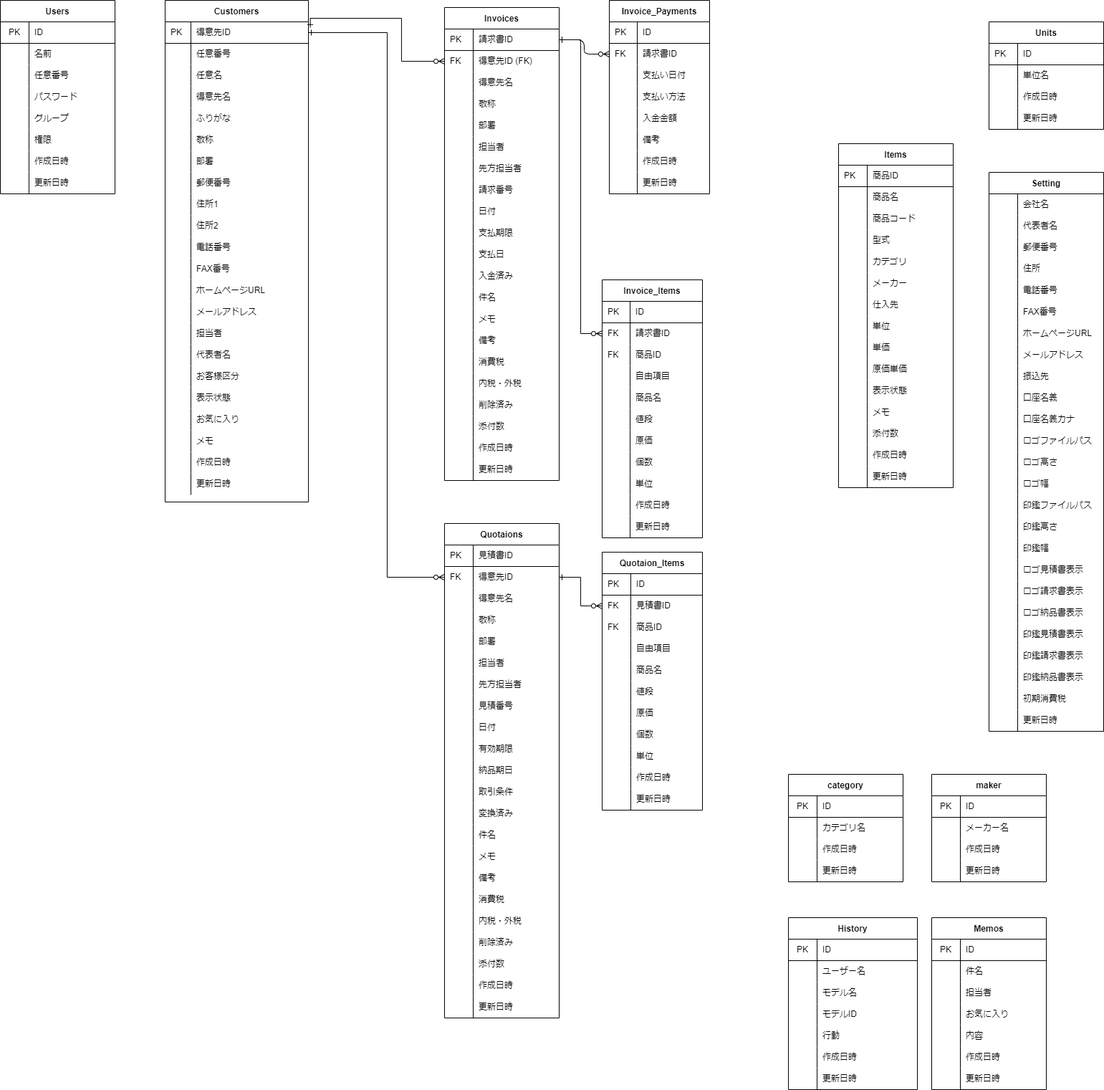
Above: soho_er.png in gamasenninn/caddie-clone (draw.io), before the change. Source tidied: cells renumbered, new cells last; positions are measured from the earlier drawing's top-left corner, leaving out a move shared by most shapes.
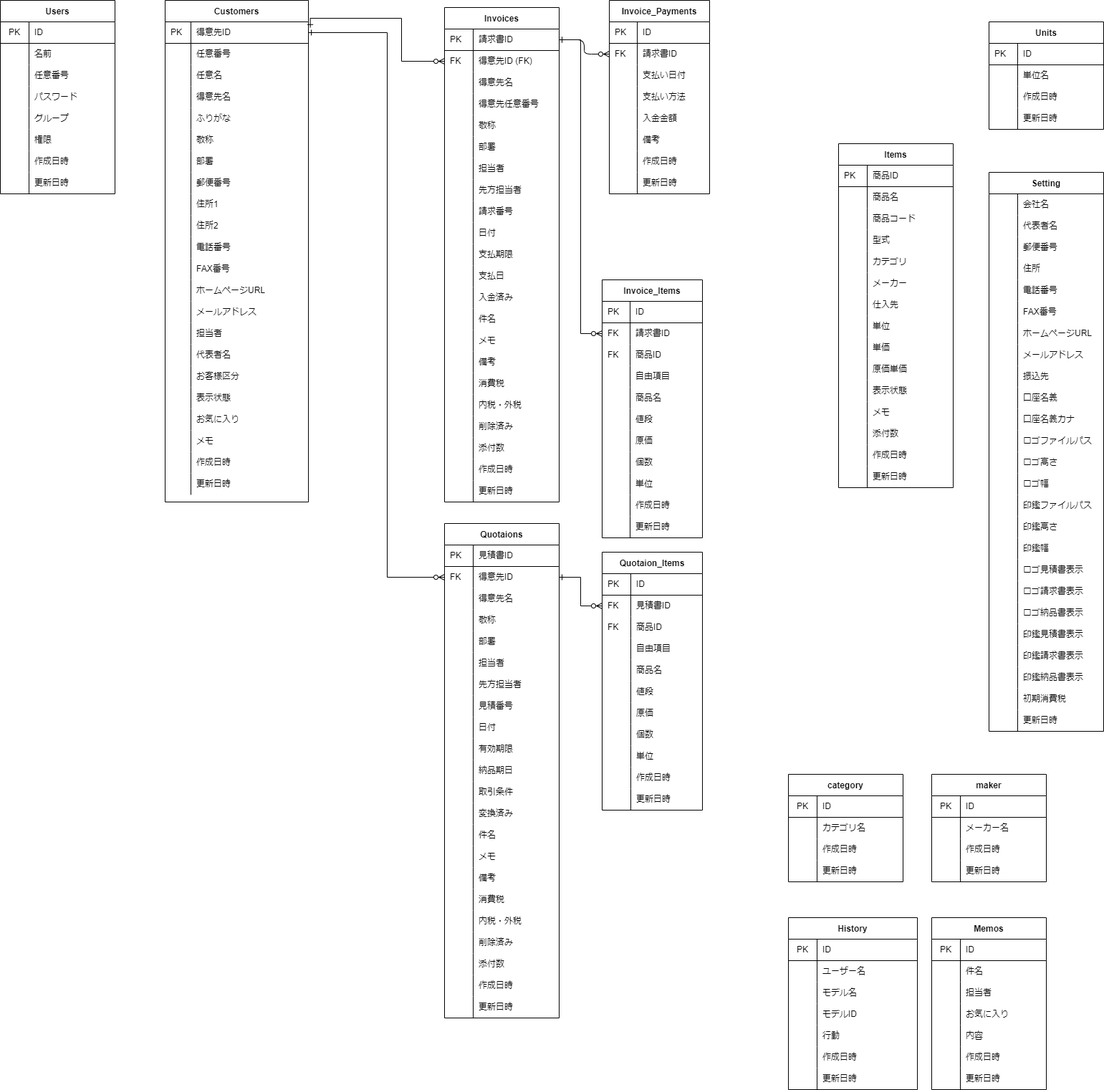
The same diagram one commit later.

What changed in the source:
```diff
@@ -342,7 +342,7 @@
       <mxGeometry x="40" width="120" height="30" as="geometry" />
     </mxCell>
     <mxCell id="115" value="Invoices" style="shape=table;startSize=30;rowLines=0;fontStyle=1;align=center;" parent="1" vertex="1">
-      <mxGeometry x="620" y="10" width="160" height="660" as="geometry" />
+      <mxGeometry x="620" y="10" width="160" height="690" as="geometry" />
     </mxCell>
     <mxCell id="116" style="shape=partialRectangle;html=1;whiteSpace=wrap;fillColor=none;top=0;left=0;bottom=1;right=0;points=[[0,0.5],[1,0.5]];portConstraint=eastwest;" parent="115" vertex="1">
       <mxGeometry y="30" width="160" height="30" as="geometry" />
@@ -371,8 +371,17 @@
     <mxCell id="124" value="得意先名" style="shape=partialRectangle;html=1;whiteSpace=wrap;fillColor=none;top=0;left=0;bottom=0;right=0;align=left;spacingLeft=6;overflow=hidden;" parent="122" vertex="1">
       <mxGeometry x="40" width="120" height="30" as="geometry" />
     </mxCell>
+    <mxCell id="528" style="shape=partialRectangle;html=1;whiteSpace=wrap;fillColor=none;top=0;left=0;bottom=0;right=0;" parent="115" vertex="1">
+      <mxGeometry y="120" width="160" height="30" as="geometry" />
+    </mxCell>
+    <mxCell id="529" style="shape=partialRectangle;html=1;whiteSpace=wrap;fillColor=none;top=0;left=0;bottom=0;right=0;align=left;spacingLeft=6;overflow=hidden;" parent="528" vertex="1">
+      <mxGeometry width="40" height="30" as="geometry" />
+    </mxCell>
+    <mxCell id="530" value="得意先任意番号" style="shape=partialRectangle;html=1;whiteSpace=wrap;fillColor=none;top=0;left=0;bottom=0;right=0;align=left;spacingLeft=6;overflow=hidden;" parent="528" vertex="1">
+      <mxGeometry x="40" width="120" height="30" as="geometry" />
+    </mxCell>
     <mxCell id="125" style="shape=partialRectangle;html=1;whiteSpace=wrap;fillColor=none;top=0;left=0;bottom=0;right=0;" parent="115" vertex="1">
-      <mxGeometry y="120" width="160" height="30" as="geometry" />
+      <mxGeometry y="150" width="160" height="30" as="geometry" />
     </mxCell>
     <mxCell id="126" style="shape=partialRectangle;html=1;whiteSpace=wrap;fillColor=none;top=0;left=0;bottom=0;right=0;align=left;spacingLeft=6;overflow=hidden;" parent="125" vertex="1">
       <mxGeometry width="40" height="30" as="geometry" />
@@ -381,7 +390,7 @@
       <mxGeometry x="40" width="120" height="30" as="geometry" />
     </mxCell>
     <mxCell id="128" style="shape=partialRectangle;html=1;whiteSpace=wrap;fillColor=none;top=0;left=0;bottom=0;right=0;" parent="115" vertex="1">
-      <mxGeometry y="150" width="160" height="30" as="geometry" />
+      <mxGeometry y="180" width="160" height="30" as="geometry" />
     </mxCell>
     <mxCell id="129" style="shape=partialRectangle;html=1;whiteSpace=wrap;fillColor=none;top=0;left=0;bottom=0;right=0;align=left;spacingLeft=6;overflow=hidden;" parent="128" vertex="1">
       <mxGeometry width="40" height="30" as="geometry" />
@@ -390,7 +399,7 @@
       <mxGeometry x="40" width="120" height="30" as="geometry" />
     </mxCell>
     <mxCell id="131" style="shape=partialRectangle;html=1;whiteSpace=wrap;fillColor=none;top=0;left=0;bottom=0;right=0;" parent="115" vertex="1">
-      <mxGeometry y="180" width="160" height="30" as="geometry" />
+      <mxGeometry y="210" width="160" height="30" as="geometry" />
     </mxCell>
     <mxCell id="132" style="shape=partialRectangle;html=1;whiteSpace=wrap;fillColor=none;top=0;left=0;bottom=0;right=0;align=left;spacingLeft=6;overflow=hidden;" parent="131" vertex="1">
       <mxGeometry width="40" height="30" as="geometry" />
@@ -399,7 +408,7 @@
       <mxGeometry x="40" width="120" height="30" as="geometry" />
     </mxCell>
     <mxCell id="134" style="shape=partialRectangle;html=1;whiteSpace=wrap;fillColor=none;top=0;left=0;bottom=0;right=0;" parent="115" vertex="1">
-      <mxGeometry y="210" width="160" height="30" as="geometry" />
+      <mxGeometry y="240" width="160" height="30" as="geometry" />
     </mxCell>
     <mxCell id="135" style="shape=partialRectangle;html=1;whiteSpace=wrap;fillColor=none;top=0;left=0;bottom=0;right=0;align=left;spacingLeft=6;overflow=hidden;" parent="134" vertex="1">
       <mxGeometry width="40" height="30" as="geometry" />
@@ -408,7 +417,7 @@
       <mxGeometry x="40" width="120" height="30" as="geometry" />
     </mxCell>
     <mxCell id="137" style="shape=partialRectangle;html=1;whiteSpace=wrap;fillColor=none;top=0;left=0;bottom=0;right=0;" parent="115" vertex="1">
-      <mxGeometry y="240" width="160" height="30" as="geometry" />
+      <mxGeometry y="270" width="160" height="30" as="geometry" />
     </mxCell>
     <mxCell id="138" style="shape=partialRectangle;html=1;whiteSpace=wrap;fillColor=none;top=0;left=0;bottom=0;right=0;align=left;spacingLeft=6;overflow=hidden;" parent="137" vertex="1">
       <mxGeometry width="40" height="30" as="geometry" />
@@ -417,7 +426,7 @@
       <mxGeometry x="40" width="120" height="30" as="geometry" />
     </mxCell>
     <mxCell id="140" style="shape=partialRectangle;html=1;whiteSpace=wrap;fillColor=none;top=0;left=0;bottom=0;right=0;" parent="115" vertex="1">
-      <mxGeometry y="270" width="160" height="30" as="geometry" />
+      <mxGeometry y="300" width="160" height="30" as="geometry" />
     </mxCell>
     <mxCell id="141" style="shape=partialRectangle;html=1;whiteSpace=wrap;fillColor=none;top=0;left=0;bottom=0;right=0;align=left;spacingLeft=6;overflow=hidden;" parent="140" vertex="1">
       <mxGeometry width="40" height="30" as="geometry" />
@@ -426,7 +435,7 @@
       <mxGeometry x="40" width="120" height="30" as="geometry" />
     </mxCell>
     <mxCell id="143" style="shape=partialRectangle;html=1;whiteSpace=wrap;fillColor=none;top=0;left=0;bottom=0;right=0;" parent="115" vertex="1">
-      <mxGeometry y="300" width="160" height="30" as="geometry" />
+      <mxGeometry y="330" width="160" height="30" as="geometry" />
     </mxCell>
     <mxCell id="144" style="shape=partialRectangle;html=1;whiteSpace=wrap;fillColor=none;top=0;left=0;bottom=0;right=0;align=left;spacingLeft=6;overflow=hidden;" parent="143" vertex="1">
       <mxGeometry width="40" height="30" as="geometry" />
@@ -435,7 +444,7 @@
       <mxGeometry x="40" width="120" height="30" as="geometry" />
     </mxCell>
     <mxCell id="146" style="shape=partialRectangle;html=1;whiteSpace=wrap;fillColor=none;top=0;left=0;bottom=0;right=0;" parent="115" vertex="1">
-      <mxGeometry y="330" width="160" height="30" as="geometry" />
+      <mxGeometry y="360" width="160" height="30" as="geometry" />
     </mxCell>
     <mxCell id="147" style="shape=partialRectangle;html=1;whiteSpace=wrap;fillColor=none;top=0;left=0;bottom=0;right=0;align=left;spacingLeft=6;overflow=hidden;" parent="146" vertex="1">
       <mxGeometry width="40" height="30" as="geometry" />
@@ -444,7 +453,7 @@
       <mxGeometry x="40" width="120" height="30" as="geometry" />
     </mxCell>
     <mxCell id="149" style="shape=partialRectangle;html=1;whiteSpace=wrap;fillColor=none;top=0;left=0;bottom=0;right=0;" parent="115" vertex="1">
-      <mxGeometry y="360" width="160" height="30" as="geometry" />
+      <mxGeometry y="390" width="160" height="30" as="geometry" />
     </mxCell>
     <mxCell id="150" style="shape=partialRectangle;html=1;whiteSpace=wrap;fillColor=none;top=0;left=0;bottom=0;right=0;align=left;spacingLeft=6;overflow=hidden;" parent="149" vertex="1">
       <mxGeometry width="40" height="30" as="geometry" />
@@ -453,7 +462,7 @@
       <mxGeometry x="40" width="120" height="30" as="geometry" />
     </mxCell>
     <mxCell id="152" style="shape=partialRectangle;html=1;whiteSpace=wrap;fillColor=none;top=0;left=0;bottom=0;right=0;" parent="115" vertex="1">
-      <mxGeometry y="390" width="160" height="30" as="geometry" />
+      <mxGeometry y="420" width="160" height="30" as="geometry" />
     </mxCell>
     <mxCell id="153" style="shape=partialRectangle;html=1;whiteSpace=wrap;fillColor=none;top=0;left=0;bottom=0;right=0;align=left;spacingLeft=6;overflow=hidden;" parent="152" vertex="1">
       <mxGeometry width="40" height="30" as="geometry" />
@@ -462,7 +471,7 @@
       <mxGeometry x="40" width="120" height="30" as="geometry" />
     </mxCell>
     <mxCell id="155" style="shape=partialRectangle;html=1;whiteSpace=wrap;fillColor=none;top=0;left=0;bottom=0;right=0;" parent="115" vertex="1">
-      <mxGeometry y="420" width="160" height="30" as="geometry" />
+      <mxGeometry y="450" width="160" height="30" as="geometry" />
     </mxCell>
     <mxCell id="156" style="shape=partialRectangle;html=1;whiteSpace=wrap;fillColor=none;top=0;left=0;bottom=0;right=0;align=left;spacingLeft=6;overflow=hidden;" parent="155" vertex="1">
       <mxGeometry width="40" height="30" as="geometry" />
@@ -471,7 +480,7 @@
       <mxGeometry x="40" width="120" height="30" as="geometry" />
     </mxCell>
     <mxCell id="158" style="shape=partialRectangle;html=1;whiteSpace=wrap;fillColor=none;top=0;left=0;bottom=0;right=0;" parent="115" vertex="1">
-      <mxGeometry y="450" width="160" height="30" as="geometry" />
+      <mxGeometry y="480" width="160" height="30" as="geometry" />
     </mxCell>
     <mxCell id="159" style="shape=partialRectangle;html=1;whiteSpace=wrap;fillColor=none;top=0;left=0;bottom=0;right=0;align=left;spacingLeft=6;overflow=hidden;" parent="158" vertex="1">
       <mxGeometry width="40" height="30" as="geometry" />
@@ -480,7 +489,7 @@
       <mxGeometry x="40" width="120" height="30" as="geometry" />
     </mxCell>
     <mxCell id="161" style="shape=partialRectangle;html=1;whiteSpace=wrap;fillColor=none;top=0;left=0;bottom=0;right=0;" parent="115" vertex="1">
-      <mxGeometry y="480" width="160" height="30" as="geometry" />
+      <mxGeometry y="510" width="160" height="30" as="geometry" />
     </mxCell>
     <mxCell id="162" style="shape=partialRectangle;html=1;whiteSpace=wrap;fillColor=none;top=0;left=0;bottom=0;right=0;align=left;spacingLeft=6;overflow=hidden;" parent="161" vertex="1">
       <mxGeometry width="40" height="30" as="geometry" />
@@ -489,7 +498,7 @@
       <mxGeometry x="40" width="120" height="30" as="geometry" />
     </mxCell>
     <mxCell id="164" style="shape=partialRectangle;html=1;whiteSpace=wrap;fillColor=none;top=0;left=0;bottom=0;right=0;" parent="115" vertex="1">
-      <mxGeometry y="510" width="160" height="30" as="geometry" />
+      <mxGeometry y="540" width="160" height="30" as="geometry" />
     </mxCell>
     <mxCell id="165" style="shape=partialRectangle;html=1;whiteSpace=wrap;fillColor=none;top=0;left=0;bottom=0;right=0;align=left;spacingLeft=6;overflow=hidden;" parent="164" vertex="1">
       <mxGeometry width="40" height="30" as="geometry" />
@@ -498,7 +507,7 @@
       <mxGeometry x="40" width="120" height="30" as="geometry" />
     </mxCell>
     <mxCell id="167" style="shape=partialRectangle;html=1;whiteSpace=wrap;fillColor=none;top=0;left=0;bottom=0;right=0;" parent="115" vertex="1">
-      <mxGeometry y="540" width="160" height="30" as="geometry" />
+      <mxGeometry y="570" width="160" height="30" as="geometry" />
     </mxCell>
     <mxCell id="168" style="shape=partialRectangle;html=1;whiteSpace=wrap;fillColor=none;top=0;left=0;bottom=0;right=0;align=left;spacingLeft=6;overflow=hidden;" parent="167" vertex="1">
       <mxGeometry width="40" height="30" as="geometry" />
@@ -507,7 +516,7 @@
       <mxGeometry x="40" width="120" height="30" as="geometry" />
     </mxCell>
     <mxCell id="170" style="shape=partialRectangle;html=1;whiteSpace=wrap;fillColor=none;top=0;left=0;bottom=0;right=0;" parent="115" vertex="1">
-      <mxGeometry y="570" width="160" height="30" as="geometry" />
+      <mxGeometry y="600" width="160" height="30" as="geometry" />
     </mxCell>
     <mxCell id="171" style="shape=partialRectangle;html=1;whiteSpace=wrap;fillColor=none;top=0;left=0;bottom=0;right=0;align=left;spacingLeft=6;overflow=hidden;" parent="170" vertex="1">
       <mxGeometry width="40" height="30" as="geometry" />
@@ -516,7 +525,7 @@
       <mxGeometry x="40" width="120" height="30" as="geometry" />
     </mxCell>
     <mxCell id="173" style="shape=partialRectangle;html=1;whiteSpace=wrap;fillColor=none;top=0;left=0;bottom=0;right=0;" parent="115" vertex="1">
-      <mxGeometry y="600" width="160" height="30" as="geometry" />
+      <mxGeometry y="630" width="160" height="30" as="geometry" />
     </mxCell>
     <mxCell id="174" style="shape=partialRectangle;html=1;whiteSpace=wrap;fillColor=none;top=0;left=0;bottom=0;right=0;align=left;spacingLeft=6;overflow=hidden;" parent="173" vertex="1">
       <mxGeometry width="40" height="30" as="geometry" />
@@ -525,7 +534,7 @@
       <mxGeometry x="40" width="120" height="30" as="geometry" />
     </mxCell>
     <mxCell id="176" style="shape=partialRectangle;html=1;whiteSpace=wrap;fillColor=none;top=0;left=0;bottom=0;right=0;" parent="115" vertex="1">
-      <mxGeometry y="630" width="160" height="30" as="geometry" />
+      <mxGeometry y="660" width="160" height="30" as="geometry" />
     </mxCell>
     <mxCell id="177" style="shape=partialRectangle;html=1;whiteSpace=wrap;fillColor=none;top=0;left=0;bottom=0;right=0;align=left;spacingLeft=6;overflow=hidden;" parent="176" vertex="1">
       <mxGeometry width="40" height="30" as="geometry" />
```
